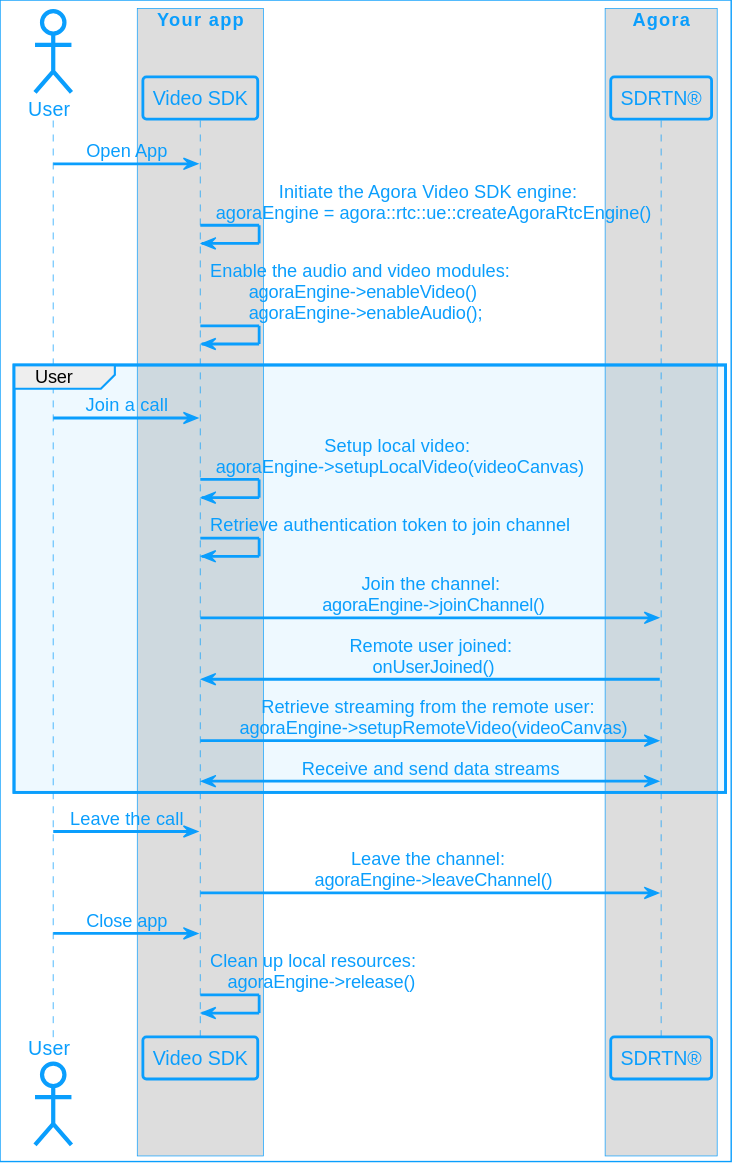
AgoraIO/Docs-Source keeps this PlantUML diagram as assets/images/rtc-sdk/video-call-logic-unreal.svg. Above is the earlier version. The source it was exported from:
```plantuml
@startuml
!include agora_skin.iuml

actor "User" as USR

box "Your app"

participant "Video SDK" as APP

end box

box "Agora"

participant "SDRTN®" as API

end box

USR -> APP: Open App
APP -> APP: Initiate the Agora Video SDK engine: \n agoraEngine = agora::rtc::ue::createAgoraRtcEngine()
APP -> APP: Enable the audio and video modules: \n agoraEngine->enableVideo() \n agoraEngine->enableAudio();

group User
USR -> APP: Join a call
APP -> APP: Setup local video:\n agoraEngine->setupLocalVideo(videoCanvas)
APP -> APP: Retrieve authentication token to join channel
APP -> API: Join the channel:\n agoraEngine->joinChannel()
APP <- API: Remote user joined:\n onUserJoined()
APP -> API: Retrieve streaming from the remote user: \n agoraEngine->setupRemoteVideo(videoCanvas)
API <-> APP: Receive and send data streams
end

USR -> APP: Leave the call
APP -> API: Leave the channel: \n agoraEngine->leaveChannel()

USR -> APP: Close app
APP -> APP: Clean up local resources: \n  agoraEngine->release()
@enduml
```
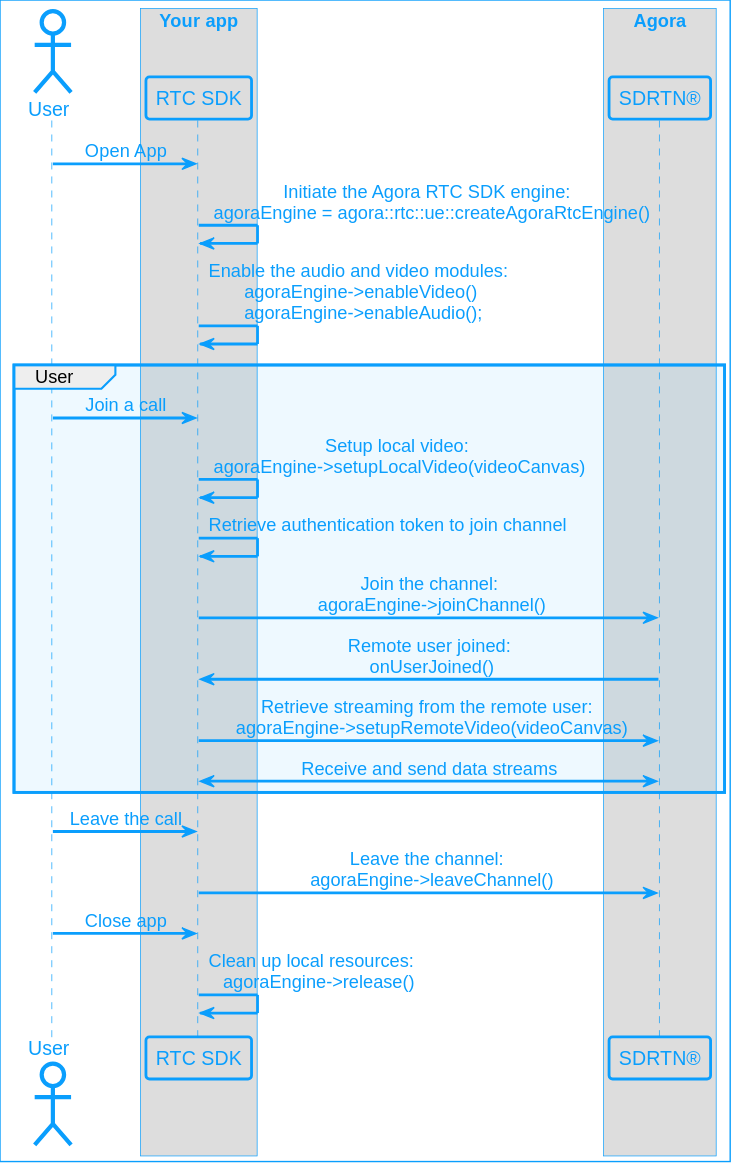
Above is the later version.

The edit, as a diff of the source:
```diff
@@ -5,7 +5,7 @@
 
 box "Your app"
 
-participant "Video SDK" as APP
+participant "RTC SDK" as APP
 
 end box
 
@@ -16,7 +16,7 @@
 end box
 
 USR -> APP: Open App
-APP -> APP: Initiate the Agora Video SDK engine: \n agoraEngine = agora::rtc::ue::createAgoraRtcEngine()
+APP -> APP: Initiate the Agora RTC SDK engine: \n agoraEngine = agora::rtc::ue::createAgoraRtcEngine()
 APP -> APP: Enable the audio and video modules: \n agoraEngine->enableVideo() \n agoraEngine->enableAudio();
 
 group User
```
